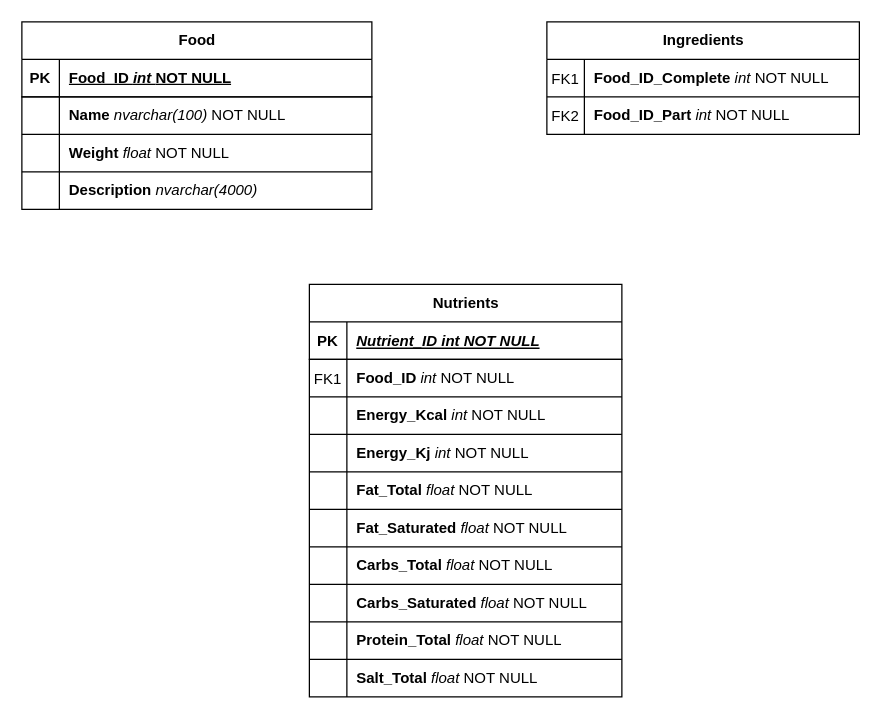
This is docs/Database Food.drawio from dod0lp/Food-Database, a draw.io file, before an edit. Source tidied: cells renumbered, new cells numbered last; positions are measured from the earlier drawing's top-left corner, leaving out a move shared by most shapes. Both pictures are drawn from the tidied source at 125%, with x=0, y=0 at pixel (21, 21).
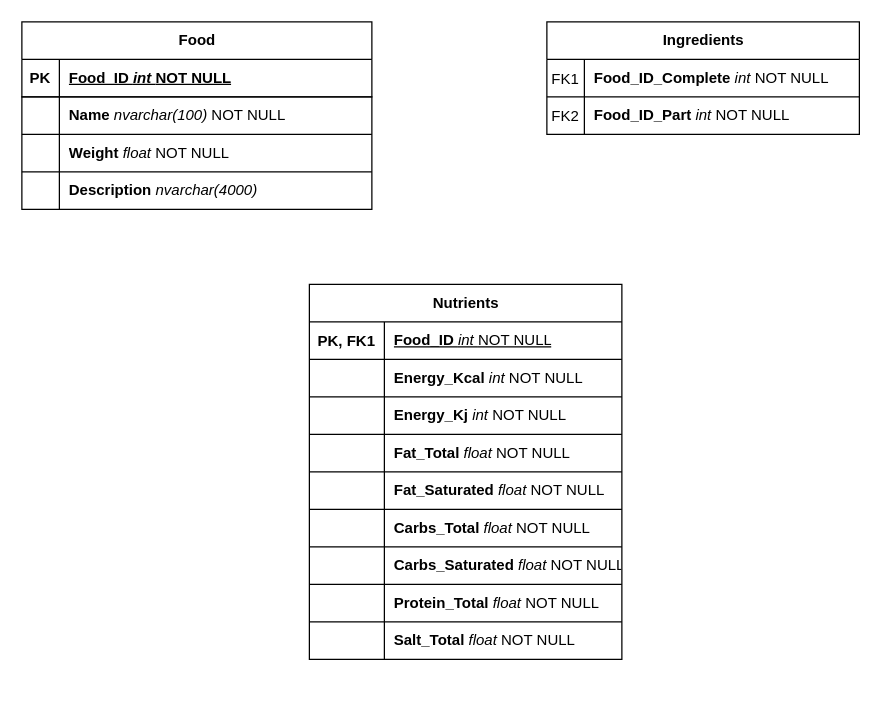
The same diagram, later.

Commit message (it also covers changes not shown here):
Changes of database design, removed not needed ID as primary key, simply used Foreign key as primary key of the Nutrients table

What changed in the source:
```diff
@@
     <mxCell id="9" value="Nutrients" style="shape=table;startSize=30;childLayout=tableLayout;rowLines=1;fontStyle=1;align=center;html=1;strokeColor=default;fillColor=default;" parent="1" vertex="1">
-      <mxGeometry x="230" y="210" width="250" height="330" as="geometry" />
+      <mxGeometry x="230" y="210" width="250" height="300" as="geometry" />
     </mxCell>
-    <mxCell id="10" style="shape=partialRectangle;fillColor=none;top=0;left=0;right=0;bottom=1;" parent="9" vertex="1">
-      <mxGeometry y="30" width="250" height="30" as="geometry" />
-    </mxCell>
-    <mxCell id="11" value="PK" style="shape=partialRectangle;overflow=hidden;fillColor=none;top=0;left=0;bottom=0;right=0;fontStyle=1;" parent="10" vertex="1">
-      <mxGeometry width="30" height="30" as="geometry" />
-    </mxCell>
-    <mxCell id="12" value="Nutrient_ID int NOT NULL " style="shape=partialRectangle;overflow=hidden;fillColor=none;top=0;left=0;bottom=0;right=0;align=left;spacingLeft=6;fontStyle=7;" parent="10" vertex="1">
-      <mxGeometry x="30" width="220" height="30" as="geometry" />
-    </mxCell>
     <mxCell id="13" style="shape=partialRectangle;fillColor=none;top=0;left=0;right=0;bottom=0;" parent="9" vertex="1">
-      <mxGeometry y="60" width="250" height="30" as="geometry" />
+      <mxGeometry y="30" width="250" height="30" as="geometry" />
     </mxCell>
-    <mxCell id="14" value="FK1" style="shape=partialRectangle;overflow=hidden;fillColor=none;top=0;left=0;bottom=0;right=0;" parent="13" vertex="1">
-      <mxGeometry width="30" height="30" as="geometry" />
+    <mxCell id="14" value="PK, FK1" style="shape=partialRectangle;overflow=hidden;fillColor=none;top=0;left=0;bottom=0;right=0;fontStyle=1;" parent="13" vertex="1">
+      <mxGeometry width="60" height="30" as="geometry" />
     </mxCell>
-    <mxCell id="15" value="&lt;b&gt;Food_ID &lt;/b&gt;&lt;i&gt;int &lt;/i&gt;NOT NULL" style="shape=partialRectangle;overflow=hidden;fillColor=none;top=0;left=0;bottom=0;right=0;align=left;spacingLeft=6;fontStyle=0;html=1;" parent="13" vertex="1">
-      <mxGeometry x="30" width="220" height="30" as="geometry" />
+    <mxCell id="15" value="&lt;u&gt;&lt;b style=&quot;&quot;&gt;Food_ID &lt;/b&gt;&lt;i&gt;int &lt;/i&gt;NOT NULL&lt;/u&gt;" style="shape=partialRectangle;overflow=hidden;fillColor=none;top=0;left=0;bottom=0;right=0;align=left;spacingLeft=6;fontStyle=0;html=1;" parent="13" vertex="1">
+      <mxGeometry x="60" width="190" height="30" as="geometry" />
     </mxCell>
     <mxCell id="16" style="shape=partialRectangle;fillColor=none;top=0;left=0;right=0;bottom=0;" parent="9" vertex="1">
-      <mxGeometry y="90" width="250" height="30" as="geometry" />
+      <mxGeometry y="60" width="250" height="30" as="geometry" />
     </mxCell>
     <mxCell id="17" style="shape=partialRectangle;overflow=hidden;fillColor=none;top=0;left=0;bottom=0;right=0;" parent="16" vertex="1">
-      <mxGeometry width="30" height="30" as="geometry" />
+      <mxGeometry width="60" height="30" as="geometry" />
     </mxCell>
     <mxCell id="18" value="&lt;b&gt;Energy_Kcal&lt;/b&gt; &lt;i&gt;int &lt;/i&gt;NOT NULL" style="shape=partialRectangle;overflow=hidden;fillColor=none;top=0;left=0;bottom=0;right=0;align=left;spacingLeft=6;fontStyle=0;html=1;" parent="16" vertex="1">
-      <mxGeometry x="30" width="220" height="30" as="geometry" />
+      <mxGeometry x="60" width="190" height="30" as="geometry" />
     </mxCell>
     <mxCell id="19" style="shape=partialRectangle;fillColor=none;top=0;left=0;right=0;bottom=0;" parent="9" vertex="1">
-      <mxGeometry y="120" width="250" height="30" as="geometry" />
+      <mxGeometry y="90" width="250" height="30" as="geometry" />
     </mxCell>
     <mxCell id="20" style="shape=partialRectangle;overflow=hidden;fillColor=none;top=0;left=0;bottom=0;right=0;" parent="19" vertex="1">
-      <mxGeometry width="30" height="30" as="geometry" />
+      <mxGeometry width="60" height="30" as="geometry" />
     </mxCell>
     <mxCell id="21" value="&lt;b&gt;Energy_Kj &lt;/b&gt;&lt;i&gt;int &lt;/i&gt;NOT NULL" style="shape=partialRectangle;overflow=hidden;fillColor=none;top=0;left=0;bottom=0;right=0;align=left;spacingLeft=6;html=1;" parent="19" vertex="1">
-      <mxGeometry x="30" width="220" height="30" as="geometry" />
+      <mxGeometry x="60" width="190" height="30" as="geometry" />
     </mxCell>
     <mxCell id="22" style="shape=partialRectangle;fillColor=none;top=0;left=0;right=0;bottom=0;" parent="9" vertex="1">
-      <mxGeometry y="150" width="250" height="30" as="geometry" />
+      <mxGeometry y="120" width="250" height="30" as="geometry" />
     </mxCell>
     <mxCell id="23" style="shape=partialRectangle;overflow=hidden;fillColor=none;top=0;left=0;bottom=0;right=0;" parent="22" vertex="1">
-      <mxGeometry width="30" height="30" as="geometry" />
+      <mxGeometry width="60" height="30" as="geometry" />
     </mxCell>
     <mxCell id="24" value="&lt;b&gt;Fat_Total &lt;/b&gt;&lt;i&gt;float &lt;/i&gt;NOT NULL" style="shape=partialRectangle;overflow=hidden;fillColor=none;top=0;left=0;bottom=0;right=0;align=left;spacingLeft=6;fontStyle=0;html=1;" parent="22" vertex="1">
-      <mxGeometry x="30" width="220" height="30" as="geometry" />
+      <mxGeometry x="60" width="190" height="30" as="geometry" />
     </mxCell>
     <mxCell id="25" style="shape=partialRectangle;fillColor=none;top=0;left=0;right=0;bottom=0;" parent="9" vertex="1">
-      <mxGeometry y="180" width="250" height="30" as="geometry" />
+      <mxGeometry y="150" width="250" height="30" as="geometry" />
     </mxCell>
     <mxCell id="26" style="shape=partialRectangle;overflow=hidden;fillColor=none;top=0;left=0;bottom=0;right=0;" parent="25" vertex="1">
-      <mxGeometry width="30" height="30" as="geometry" />
+      <mxGeometry width="60" height="30" as="geometry" />
     </mxCell>
     <mxCell id="27" value="&lt;b&gt;Fat_Saturated &lt;/b&gt;&lt;i&gt;float &lt;/i&gt;NOT NULL" style="shape=partialRectangle;overflow=hidden;fillColor=none;top=0;left=0;bottom=0;right=0;align=left;spacingLeft=6;html=1;" parent="25" vertex="1">
-      <mxGeometry x="30" width="220" height="30" as="geometry" />
+      <mxGeometry x="60" width="190" height="30" as="geometry" />
     </mxCell>
     <mxCell id="28" style="shape=partialRectangle;fillColor=none;top=0;left=0;right=0;bottom=0;" parent="9" vertex="1">
-      <mxGeometry y="210" width="250" height="30" as="geometry" />
+      <mxGeometry y="180" width="250" height="30" as="geometry" />
     </mxCell>
     <mxCell id="29" style="shape=partialRectangle;overflow=hidden;fillColor=none;top=0;left=0;bottom=0;right=0;" parent="28" vertex="1">
-      <mxGeometry width="30" height="30" as="geometry" />
+      <mxGeometry width="60" height="30" as="geometry" />
     </mxCell>
     <mxCell id="30" value="&lt;b&gt;Carbs_Total &lt;/b&gt;&lt;i&gt;float &lt;/i&gt;NOT NULL" style="shape=partialRectangle;overflow=hidden;fillColor=none;top=0;left=0;bottom=0;right=0;align=left;spacingLeft=6;html=1;" parent="28" vertex="1">
-      <mxGeometry x="30" width="220" height="30" as="geometry" />
+      <mxGeometry x="60" width="190" height="30" as="geometry" />
     </mxCell>
     <mxCell id="31" style="shape=partialRectangle;fillColor=none;top=0;left=0;right=0;bottom=0;" parent="9" vertex="1">
-      <mxGeometry y="240" width="250" height="30" as="geometry" />
+      <mxGeometry y="210" width="250" height="30" as="geometry" />
     </mxCell>
     <mxCell id="32" style="shape=partialRectangle;overflow=hidden;fillColor=none;top=0;left=0;bottom=0;right=0;" parent="31" vertex="1">
-      <mxGeometry width="30" height="30" as="geometry" />
+      <mxGeometry width="60" height="30" as="geometry" />
     </mxCell>
     <mxCell id="33" value="&lt;b&gt;Carbs_Saturated &lt;/b&gt;&lt;i&gt;float &lt;/i&gt;NOT NULL" style="shape=partialRectangle;overflow=hidden;fillColor=none;top=0;left=0;bottom=0;right=0;align=left;spacingLeft=6;html=1;" parent="31" vertex="1">
-      <mxGeometry x="30" width="220" height="30" as="geometry" />
+      <mxGeometry x="60" width="190" height="30" as="geometry" />
     </mxCell>
     <mxCell id="34" style="shape=partialRectangle;fillColor=none;top=0;left=0;right=0;bottom=0;" parent="9" vertex="1">
-      <mxGeometry y="270" width="250" height="30" as="geometry" />
+      <mxGeometry y="240" width="250" height="30" as="geometry" />
     </mxCell>
     <mxCell id="35" style="shape=partialRectangle;overflow=hidden;fillColor=none;top=0;left=0;bottom=0;right=0;" parent="34" vertex="1">
-      <mxGeometry width="30" height="30" as="geometry" />
+      <mxGeometry width="60" height="30" as="geometry" />
     </mxCell>
     <mxCell id="36" value="&lt;b&gt;Protein_Total &lt;/b&gt;&lt;i&gt;float &lt;/i&gt;NOT NULL" style="shape=partialRectangle;overflow=hidden;fillColor=none;top=0;left=0;bottom=0;right=0;align=left;spacingLeft=6;html=1;" parent="34" vertex="1">
-      <mxGeometry x="30" width="220" height="30" as="geometry" />
+      <mxGeometry x="60" width="190" height="30" as="geometry" />
     </mxCell>
     <mxCell id="37" style="shape=partialRectangle;fillColor=none;top=0;left=0;right=0;bottom=0;" parent="9" vertex="1">
-      <mxGeometry y="300" width="250" height="30" as="geometry" />
+      <mxGeometry y="270" width="250" height="30" as="geometry" />
     </mxCell>
     <mxCell id="38" style="shape=partialRectangle;overflow=hidden;fillColor=none;top=0;left=0;bottom=0;right=0;" parent="37" vertex="1">
-      <mxGeometry width="30" height="30" as="geometry" />
+      <mxGeometry width="60" height="30" as="geometry" />
     </mxCell>
     <mxCell id="39" value="&lt;b&gt;Salt_Total &lt;/b&gt;&lt;i&gt;float &lt;/i&gt;NOT NULL" style="shape=partialRectangle;overflow=hidden;fillColor=none;top=0;left=0;bottom=0;right=0;align=left;spacingLeft=6;html=1;" parent="37" vertex="1">
-      <mxGeometry x="30" width="220" height="30" as="geometry" />
+      <mxGeometry x="60" width="190" height="30" as="geometry" />
     </mxCell>
```
